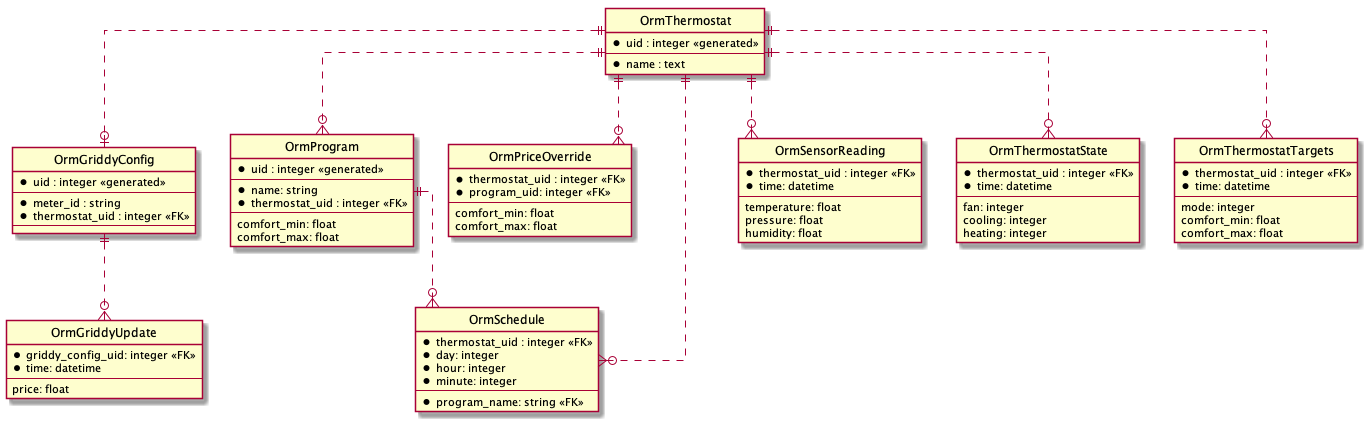
Before: docs/diagrams/ObjectRelationalModel.png, a diagram exported from PlantUML (mbtown01/frosti). Source of this version:
```plantuml
@startuml ObjectRelationalModel

hide circle

skinparam linetype ortho

entity "OrmThermostat" as thermostat {
  *uid : integer <<generated>>
  --
  *name : text
}

entity "OrmGriddyConfig" as griddyConfig {
  *uid : integer <<generated>>
  --
  *meter_id : string
  *thermostat_uid : integer <<FK>>
  --
}
thermostat ||..o| griddyConfig

entity "OrmGriddyUpdate" as griddyUpdate {
  *griddy_config_uid: integer <<FK>>
  *time: datetime
  --
  price: float
}
griddyConfig ||..o{ griddyUpdate

entity "OrmProgram" as program {
  *uid : integer <<generated>>
  --
  *name: string
  *thermostat_uid : integer <<FK>>
  --
  comfort_min: float
  comfort_max: float
}
thermostat ||..o{ program

entity "OrmPriceOverride" as priceOverrides {
  *thermostat_uid : integer <<FK>>
  *program_uid: integer <<FK>>
  --
  comfort_min: float
  comfort_max: float
}
thermostat ||..o{ priceOverrides

entity "OrmSchedule" as schedule {
  *thermostat_uid : integer <<FK>>
  *day: integer
  *hour: integer
  *minute: integer
  --
  *program_name: string <<FK>>
}
thermostat ||..o{ schedule
program ||..o{ schedule


entity "OrmSensorReading" as sensorReading {
  *thermostat_uid : integer <<FK>>
  *time: datetime
  --
  temperature: float
  pressure: float
  humidity: float
}
thermostat ||..o{ sensorReading

entity "OrmThermostatState" as thermostatState {
  *thermostat_uid : integer <<FK>>
  *time: datetime
  --
  fan: integer
  cooling: integer
  heating: integer
}
thermostat ||..o{ thermostatState


entity "OrmThermostatTargets" as thermostatTargets {
  *thermostat_uid : integer <<FK>>
  *time: datetime
  --
  mode: integer
  comfort_min: float
  comfort_max: float
}
thermostat ||..o{ thermostatTargets


@enduml
```
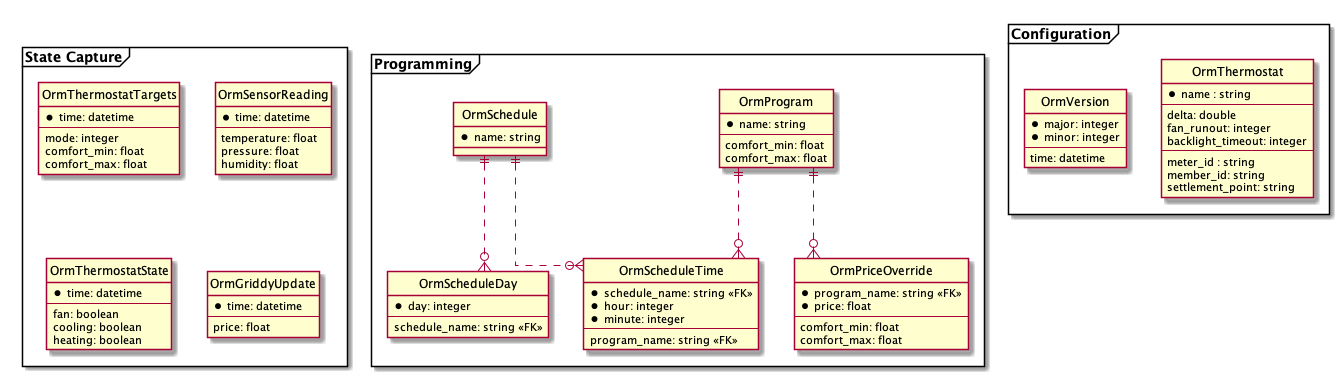
Above is the later version.

The edit, as a diff of the source:
```diff
@@ -4,91 +4,99 @@
 
 skinparam linetype ortho
 
-entity "OrmThermostat" as thermostat {
-  *uid : integer <<generated>>
-  --
-  *name : text
+
+frame "Programming" {
+  entity "OrmProgram" as program {
+    *name: string
+    --
+    comfort_min: float
+    comfort_max: float
+  }
+
+  entity "OrmPriceOverride" as price_overrides {
+    *program_name: string <<FK>>
+    *price: float
+    --
+    comfort_min: float
+    comfort_max: float
+  }
+  program ||..o{ price_overrides
+
+  entity "OrmSchedule" as schedule {
+    *name: string
+  }
+
+  entity "OrmScheduleDay" as schedule_day {
+    *day: integer
+    --
+    schedule_name: string <<FK>>
+  }
+  schedule ||..o{ schedule_day
+
+  entity "OrmScheduleTime" as schedule_time {
+    *schedule_name: string <<FK>>
+    *hour: integer
+    *minute: integer
+    --
+    program_name: string <<FK>>
+  }
+  schedule ||..o{ schedule_time
+  program ||..o{ schedule_time
 }
 
-entity "OrmGriddyConfig" as griddyConfig {
-  *uid : integer <<generated>>
-  --
-  *meter_id : string
-  *thermostat_uid : integer <<FK>>
-  --
+frame "State Capture" {
+
+  entity "OrmThermostatTargets" as thermostat_targets {
+    *time: datetime
+    --
+    mode: integer
+    comfort_min: float
+    comfort_max: float
+  }
+
+  entity "OrmSensorReading" as sensor_reading {
+    *time: datetime
+    --
+    temperature: float
+    pressure: float
+    humidity: float
+  }
+
+  entity "OrmThermostatState" as thermostat_state {
+    *time: datetime
+    --
+    fan: boolean
+    cooling: boolean
+    heating: boolean
+  }
+
+  entity "OrmGriddyUpdate" as griddy_update {
+    *time: datetime
+    --
+    price: float
+  }
 }
-thermostat ||..o| griddyConfig
 
-entity "OrmGriddyUpdate" as griddyUpdate {
-  *griddy_config_uid: integer <<FK>>
-  *time: datetime
-  --
-  price: float
+frame "Configuration" {
+
+  entity "OrmThermostat" as thermostat {
+    *name : string
+    --
+    delta: double
+    fan_runout: integer
+    backlight_timeout: integer
+    --
+    meter_id : string
+    member_id: string
+    settlement_point: string
+  }
+
+  entity "OrmVersion" as version_info {
+    *major: integer
+    *minor: integer
+    --
+    time: datetime
+  }
 }
-griddyConfig ||..o{ griddyUpdate
-
-entity "OrmProgram" as program {
-  *uid : integer <<generated>>
-  --
-  *name: string
-  *thermostat_uid : integer <<FK>>
-  --
-  comfort_min: float
-  comfort_max: float
-}
-thermostat ||..o{ program
-
-entity "OrmPriceOverride" as priceOverrides {
-  *thermostat_uid : integer <<FK>>
-  *program_uid: integer <<FK>>
-  --
-  comfort_min: float
-  comfort_max: float
-}
-thermostat ||..o{ priceOverrides
-
-entity "OrmSchedule" as schedule {
-  *thermostat_uid : integer <<FK>>
-  *day: integer
-  *hour: integer
-  *minute: integer
-  --
-  *program_name: string <<FK>>
-}
-thermostat ||..o{ schedule
-program ||..o{ schedule
-
-
-entity "OrmSensorReading" as sensorReading {
-  *thermostat_uid : integer <<FK>>
-  *time: datetime
-  --
-  temperature: float
-  pressure: float
-  humidity: float
-}
-thermostat ||..o{ sensorReading
-
-entity "OrmThermostatState" as thermostatState {
-  *thermostat_uid : integer <<FK>>
-  *time: datetime
-  --
-  fan: integer
-  cooling: integer
-  heating: integer
-}
-thermostat ||..o{ thermostatState
-
-
-entity "OrmThermostatTargets" as thermostatTargets {
-  *thermostat_uid : integer <<FK>>
-  *time: datetime
-  --
-  mode: integer
-  comfort_min: float
-  comfort_max: float
-}
-thermostat ||..o{ thermostatTargets
-
 
 @enduml
```
